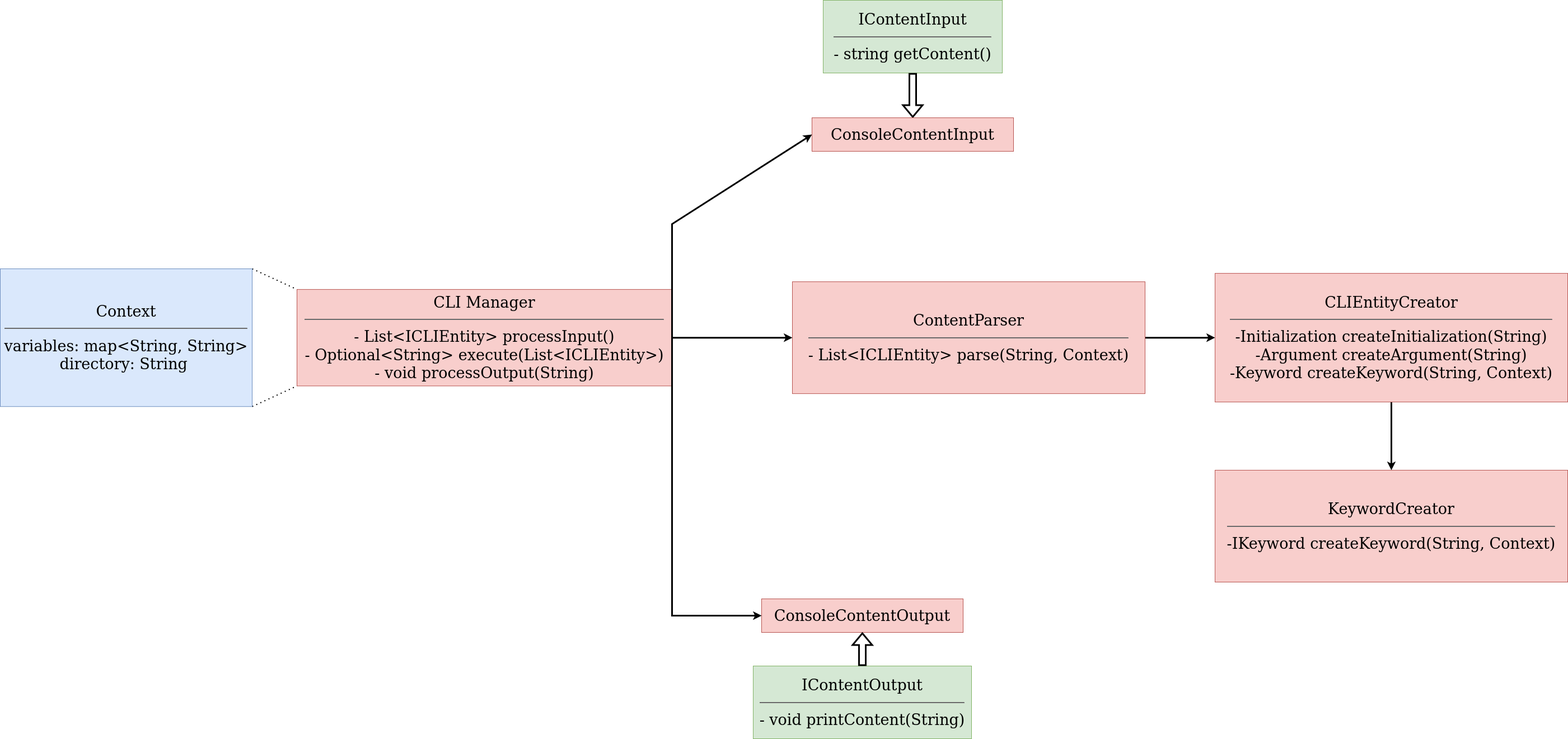
This is pictures/phase1.png from margarita0303/superbash, a draw.io export, as it was before one commit. Source tidied: cells renumbered, new cells last; positions are measured from the earlier drawing's top-left corner, leaving out a move shared by most shapes.
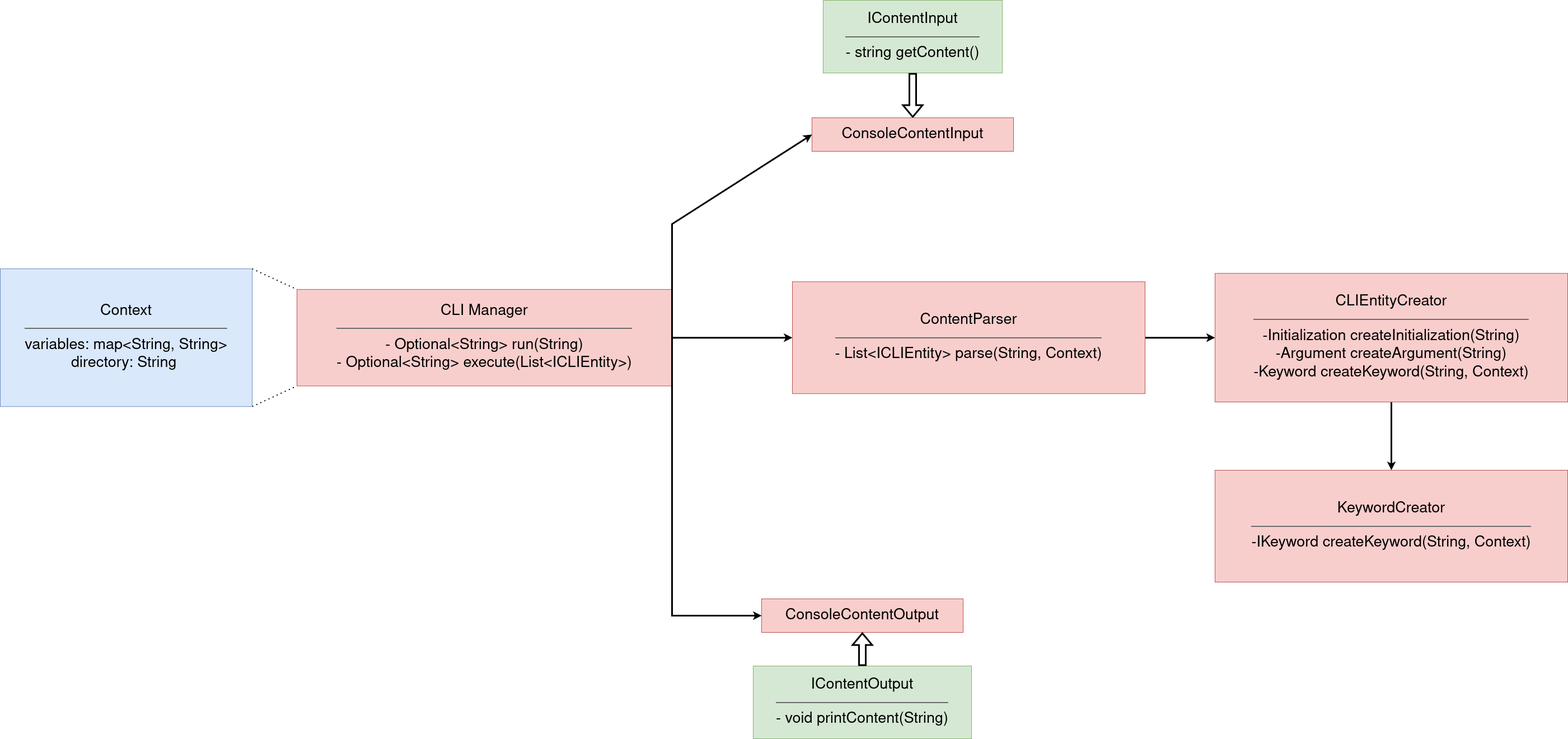
The same diagram one commit later.

Change to the diagram source:
```diff
@@ -5,7 +5,7 @@
     <mxCell id="2" style="edgeStyle=orthogonalEdgeStyle;rounded=0;jettySize=auto;html=1;entryX=0;entryY=0.5;entryDx=0;entryDy=0;strokeWidth=3;" parent="1" edge="1" source="3" target="12">
       <mxGeometry relative="1" as="geometry" />
     </mxCell>
-    <mxCell id="3" value="&lt;div&gt;CLI Manager&lt;br&gt;&lt;/div&gt;&lt;hr&gt;&lt;div&gt;- List&amp;lt;ICLIEntity&amp;gt; processInput()&lt;/div&gt;&lt;div&gt;- Optional&amp;lt;String&amp;gt; execute(List&amp;lt;ICLIEntity&amp;gt;)&lt;/div&gt;&lt;div&gt;- void processOutput(String)&lt;br&gt;&lt;/div&gt;" style="rounded=0;whiteSpace=wrap;html=1;fontSize=27;fillColor=#f8cecc;strokeColor=#b85450;" parent="1" vertex="1">
+    <mxCell id="3" value="&lt;div&gt;CLI Manager&lt;br&gt;&lt;/div&gt;&lt;hr&gt;&lt;div&gt;- Optional&amp;lt;String&amp;gt; run(String)&lt;/div&gt;&lt;div&gt;- Optional&amp;lt;String&amp;gt; execute(List&amp;lt;ICLIEntity&amp;gt;)&lt;/div&gt;" style="rounded=0;whiteSpace=wrap;html=1;fontSize=27;fillColor=#f8cecc;strokeColor=#b85450;" parent="1" vertex="1">
       <mxGeometry x="530" y="516.9" width="670" height="172.5" as="geometry" />
     </mxCell>
     <mxCell id="4" style="endArrow=none;dashed=1;html=1;dashPattern=1 3;strokeWidth=2;rounded=0;fontSize=27;entryX=0;entryY=1;entryDx=0;entryDy=0;exitX=1;exitY=1;exitDx=0;exitDy=0;" parent="1" edge="1" source="6" target="3">
```
